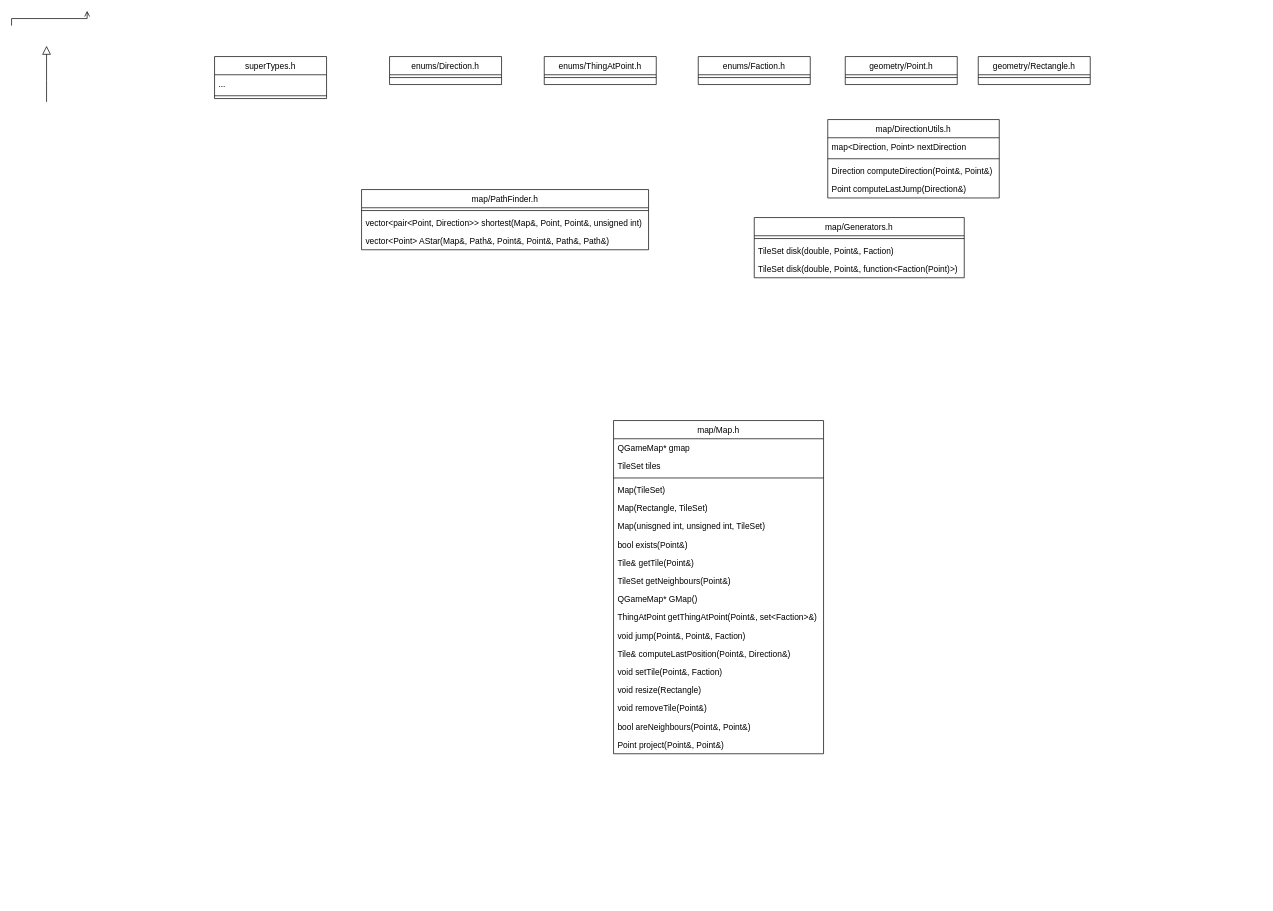
Before: schemes/includes.drawio in Xisabla/Illuvatar, a draw.io diagram. Source tidied: cells renumbered, new cells numbered last; positions are measured from the earlier drawing's top-left corner, leaving out a move shared by most shapes. Both pictures are drawn from the tidied source at 70%, with x=0, y=0 at pixel (11, 10).
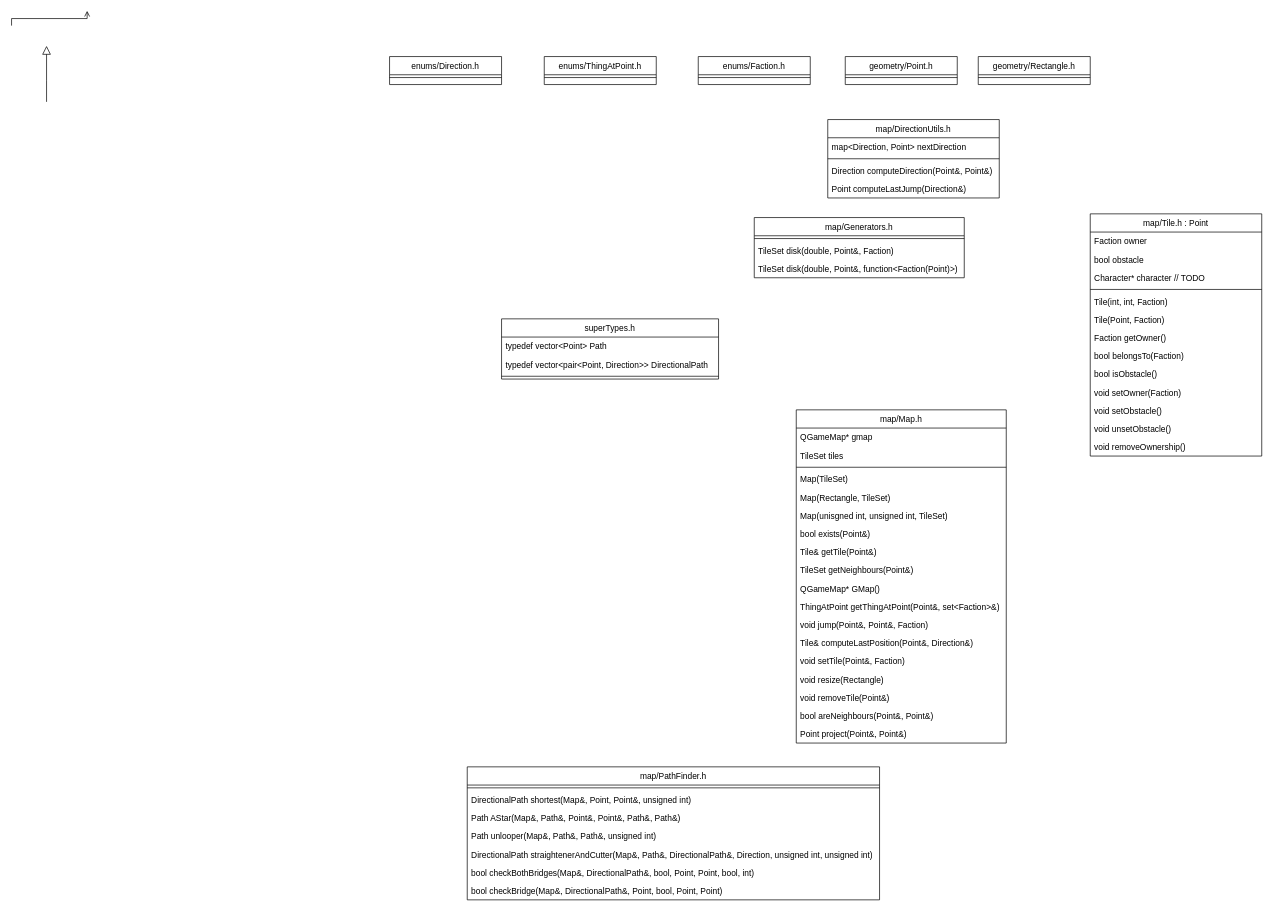
Above is the later version.

Diff of the diagram source:
```diff
@@
     <mxCell id="21" value="map/Map.h" style="swimlane;fontStyle=0;align=center;verticalAlign=top;horizontal=1;startSize=26;rounded=0;shadow=0;strokeWidth=1;" parent="1" vertex="1">
-      <mxGeometry x="860" y="585.3" width="300" height="476" as="geometry" />
+      <mxGeometry x="1121" y="570" width="300" height="476" as="geometry" />
     </mxCell>
@@
     <mxCell id="42" value="map/PathFinder.h" style="swimlane;fontStyle=0;align=center;verticalAlign=top;horizontal=1;startSize=26;rounded=0;shadow=0;strokeWidth=1;" parent="1" vertex="1">
-      <mxGeometry x="500" y="255.3" width="410" height="86" as="geometry" />
+      <mxGeometry x="651" y="1080" width="589" height="190" as="geometry" />
     </mxCell>
     <mxCell id="43" style="line;html=1;strokeWidth=1;align=left;verticalAlign=middle;spacingTop=-1;spacingLeft=3;spacingRight=3;labelPosition=right;" parent="42" vertex="1">
-      <mxGeometry y="26" width="410" height="8" as="geometry" />
+      <mxGeometry y="26" width="589" height="8" as="geometry" />
     </mxCell>
-    <mxCell id="44" value="vector&lt;pair&lt;Point, Direction&gt;&gt; shortest(Map&amp;, Point, Point&amp;, unsigned int)" style="text;align=left;verticalAlign=top;spacingLeft=4;spacingRight=4;overflow=hidden;" parent="42" vertex="1">
-      <mxGeometry y="34" width="410" height="26" as="geometry" />
+    <mxCell id="44" value="DirectionalPath shortest(Map&amp;, Point, Point&amp;, unsigned int)" style="text;align=left;verticalAlign=top;spacingLeft=4;spacingRight=4;overflow=hidden;" parent="42" vertex="1">
+      <mxGeometry y="34" width="589" height="26" as="geometry" />
     </mxCell>
-    <mxCell id="45" value="vector&lt;Point&gt; AStar(Map&amp;, Path&amp;, Point&amp;, Point&amp;, Path&amp;, Path&amp;)" style="text;align=left;verticalAlign=top;spacingLeft=4;spacingRight=4;overflow=hidden;" parent="42" vertex="1">
-      <mxGeometry y="60" width="410" height="26" as="geometry" />
+    <mxCell id="45" value="Path AStar(Map&amp;, Path&amp;, Point&amp;, Point&amp;, Path&amp;, Path&amp;)" style="text;align=left;verticalAlign=top;spacingLeft=4;spacingRight=4;overflow=hidden;" parent="42" vertex="1">
+      <mxGeometry y="60" width="589" height="26" as="geometry" />
     </mxCell>
+    <mxCell id="49" value="Path unlooper(Map&amp;, Path&amp;, Path&amp;, unsigned int)" style="text;align=left;verticalAlign=top;spacingLeft=4;spacingRight=4;overflow=hidden;" parent="42" vertex="1">
+      <mxGeometry y="86" width="589" height="26" as="geometry" />
+    </mxCell>
+    <mxCell id="50" value="DirectionalPath straightenerAndCutter(Map&amp;, Path&amp;, DirectionalPath&amp;, Direction, unsigned int, unsigned int)" style="text;align=left;verticalAlign=top;spacingLeft=4;spacingRight=4;overflow=hidden;" parent="42" vertex="1">
+      <mxGeometry y="112" width="589" height="26" as="geometry" />
+    </mxCell>
+    <mxCell id="51" value="bool checkBothBridges(Map&amp;, DirectionalPath&amp;, bool, Point, Point, bool, int)" style="text;align=left;verticalAlign=top;spacingLeft=4;spacingRight=4;overflow=hidden;" parent="42" vertex="1">
+      <mxGeometry y="138" width="589" height="26" as="geometry" />
+    </mxCell>
+    <mxCell id="52" value="bool checkBridge(Map&amp;, DirectionalPath&amp;, Point, bool, Point, Point)" style="text;align=left;verticalAlign=top;spacingLeft=4;spacingRight=4;overflow=hidden;" parent="42" vertex="1">
+      <mxGeometry y="164" width="589" height="26" as="geometry" />
+    </mxCell>
     <mxCell id="46" value="superTypes.h" style="swimlane;fontStyle=0;align=center;verticalAlign=top;horizontal=1;startSize=26;rounded=0;shadow=0;strokeWidth=1;" parent="1" vertex="1">
-      <mxGeometry x="290" y="65.3" width="160" height="60" as="geometry" />
+      <mxGeometry x="700" y="440" width="310" height="86" as="geometry" />
     </mxCell>
-    <mxCell id="47" value="..." style="text;align=left;verticalAlign=top;spacingLeft=4;spacingRight=4;overflow=hidden;" parent="46" vertex="1">
-      <mxGeometry y="26" width="160" height="26" as="geometry" />
+    <mxCell id="47" value="typedef vector&lt;Point&gt; Path" style="text;align=left;verticalAlign=top;spacingLeft=4;spacingRight=4;overflow=hidden;" parent="46" vertex="1">
+      <mxGeometry y="26" width="310" height="26" as="geometry" />
     </mxCell>
+    <mxCell id="53" value="typedef vector&lt;pair&lt;Point, Direction&gt;&gt; DirectionalPath" style="text;align=left;verticalAlign=top;spacingLeft=4;spacingRight=4;overflow=hidden;" parent="46" vertex="1">
+      <mxGeometry y="52" width="310" height="26" as="geometry" />
+    </mxCell>
     <mxCell id="48" style="line;html=1;strokeWidth=1;align=left;verticalAlign=middle;spacingTop=-1;spacingLeft=3;spacingRight=3;labelPosition=right;" parent="46" vertex="1">
-      <mxGeometry y="52" width="160" height="8" as="geometry" />
+      <mxGeometry y="78" width="310" height="8" as="geometry" />
     </mxCell>
+    <mxCell id="54" value="map/Tile.h : Point" style="swimlane;fontStyle=0;align=center;verticalAlign=top;horizontal=1;startSize=26;rounded=0;shadow=0;strokeWidth=1;" parent="1" vertex="1">
+      <mxGeometry x="1541" y="290" width="245" height="346" as="geometry" />
+    </mxCell>
+    <mxCell id="55" value="Faction owner" style="text;align=left;verticalAlign=top;spacingLeft=4;spacingRight=4;overflow=hidden;" parent="54" vertex="1">
+      <mxGeometry y="26" width="245" height="26" as="geometry" />
+    </mxCell>
+    <mxCell id="56" value="bool obstacle" style="text;align=left;verticalAlign=top;spacingLeft=4;spacingRight=4;overflow=hidden;" parent="54" vertex="1">
+      <mxGeometry y="52" width="245" height="26" as="geometry" />
+    </mxCell>
+    <mxCell id="57" value="Character* character // TODO" style="text;align=left;verticalAlign=top;spacingLeft=4;spacingRight=4;overflow=hidden;" parent="54" vertex="1">
+      <mxGeometry y="78" width="245" height="26" as="geometry" />
+    </mxCell>
+    <mxCell id="58" style="line;html=1;strokeWidth=1;align=left;verticalAlign=middle;spacingTop=-1;spacingLeft=3;spacingRight=3;labelPosition=right;" parent="54" vertex="1">
+      <mxGeometry y="104" width="245" height="8" as="geometry" />
+    </mxCell>
+    <mxCell id="59" value="Tile(int, int, Faction)" style="text;align=left;verticalAlign=top;spacingLeft=4;spacingRight=4;overflow=hidden;" parent="54" vertex="1">
+      <mxGeometry y="112" width="245" height="26" as="geometry" />
+    </mxCell>
+    <mxCell id="60" value="Tile(Point, Faction)" style="text;align=left;verticalAlign=top;spacingLeft=4;spacingRight=4;overflow=hidden;" parent="54" vertex="1">
+      <mxGeometry y="138" width="245" height="26" as="geometry" />
+    </mxCell>
+    <mxCell id="61" value="Faction getOwner()" style="text;align=left;verticalAlign=top;spacingLeft=4;spacingRight=4;overflow=hidden;" parent="54" vertex="1">
+      <mxGeometry y="164" width="245" height="26" as="geometry" />
+    </mxCell>
+    <mxCell id="62" value="bool belongsTo(Faction)" style="text;align=left;verticalAlign=top;spacingLeft=4;spacingRight=4;overflow=hidden;" parent="54" vertex="1">
+      <mxGeometry y="190" width="245" height="26" as="geometry" />
+    </mxCell>
+    <mxCell id="63" value="bool isObstacle()" style="text;align=left;verticalAlign=top;spacingLeft=4;spacingRight=4;overflow=hidden;" parent="54" vertex="1">
+      <mxGeometry y="216" width="245" height="26" as="geometry" />
+    </mxCell>
+    <mxCell id="64" value="void setOwner(Faction)" style="text;align=left;verticalAlign=top;spacingLeft=4;spacingRight=4;overflow=hidden;" parent="54" vertex="1">
+      <mxGeometry y="242" width="245" height="26" as="geometry" />
+    </mxCell>
+    <mxCell id="65" value="void setObstacle()" style="text;align=left;verticalAlign=top;spacingLeft=4;spacingRight=4;overflow=hidden;" parent="54" vertex="1">
+      <mxGeometry y="268" width="245" height="26" as="geometry" />
+    </mxCell>
+    <mxCell id="66" value="void unsetObstacle()" style="text;align=left;verticalAlign=top;spacingLeft=4;spacingRight=4;overflow=hidden;" parent="54" vertex="1">
+      <mxGeometry y="294" width="245" height="26" as="geometry" />
+    </mxCell>
+    <mxCell id="67" value="void removeOwnership()" style="text;align=left;verticalAlign=top;spacingLeft=4;spacingRight=4;overflow=hidden;" parent="54" vertex="1">
+      <mxGeometry y="320" width="245" height="26" as="geometry" />
+    </mxCell>
```
